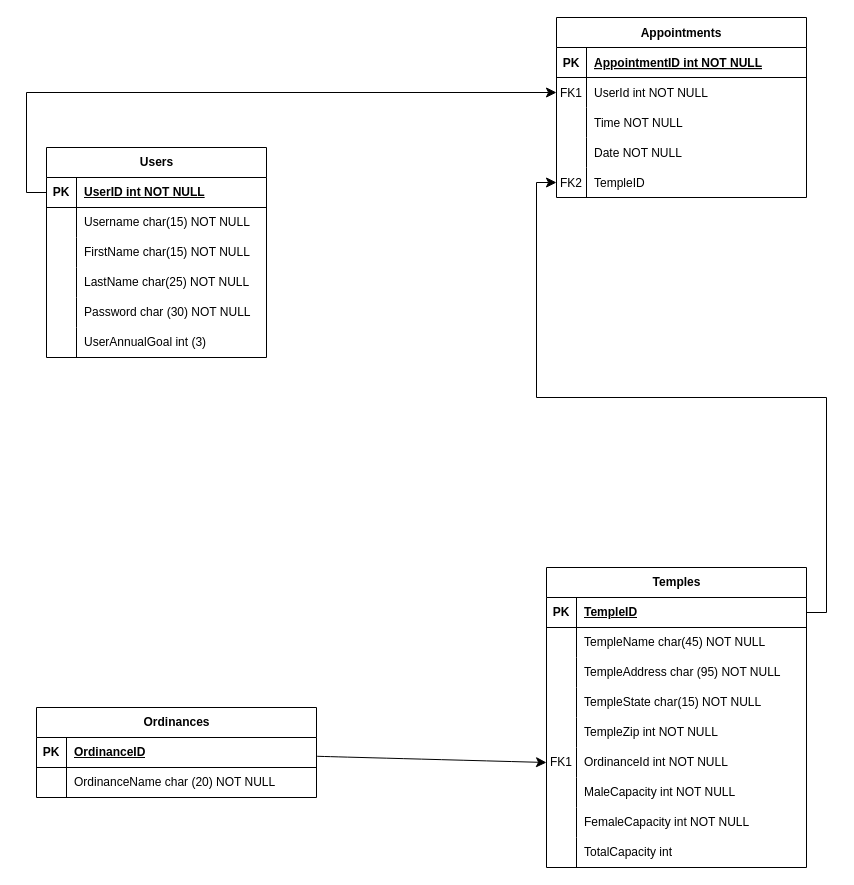
randengrims/401TempleApp keeps this draw.io diagram as 401TempleERD.drawio. Above is the earlier version. Source tidied: cells renumbered, new cells numbered last; positions are measured from the earlier drawing's top-left corner, leaving out a move shared by most shapes. Both pictures are drawn from the tidied source at 100%, with x=0, y=0 at pixel (36, 17).
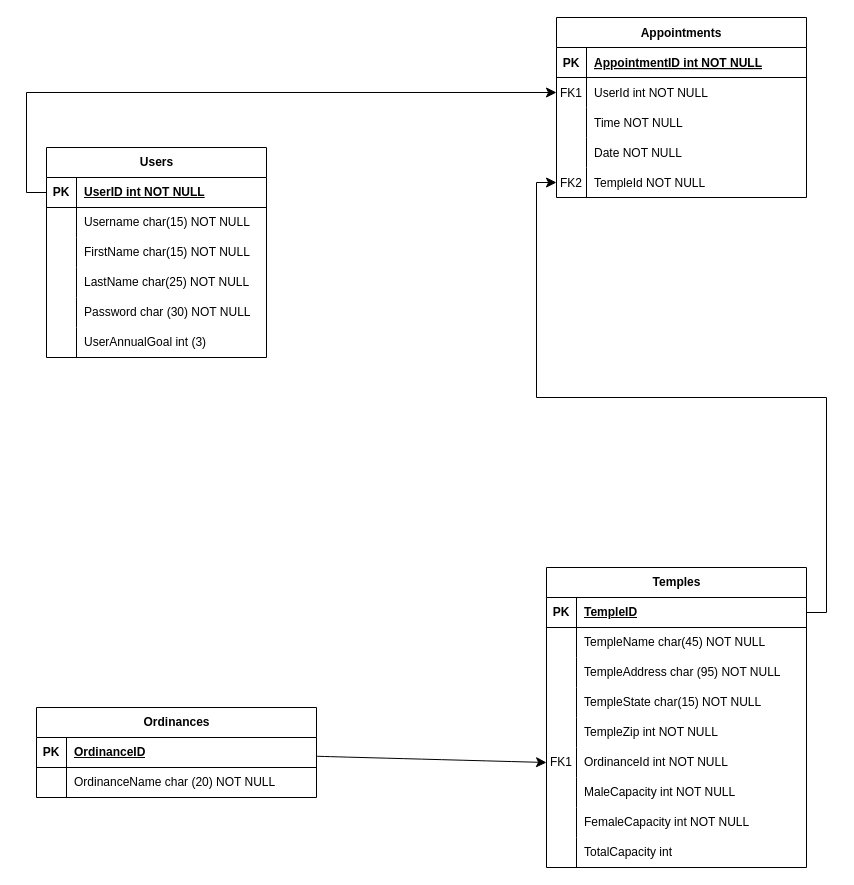
The same diagram, later.

Unchanged cells that the change refers to:
```xml
<mxCell id="15" style="shape=partialRectangle;fillColor=none;points=[[0,0.5],[1,0.5]];portConstraint=eastwest;top=0;left=0;right=0;bottom=0;" parent="2" vertex="1">
  <mxGeometry y="150" width="250" height="30" as="geometry" />
</mxCell>
```

Change to the diagram source:
```diff
@@
-    <mxCell id="17" value="TempleID" style="shape=partialRectangle;overflow=hidden;fillColor=none;top=0;left=0;bottom=0;right=0;align=left;spacingLeft=6;" parent="15" vertex="1">
+    <mxCell id="17" value="TempleId NOT NULL" style="shape=partialRectangle;overflow=hidden;fillColor=none;top=0;left=0;bottom=0;right=0;align=left;spacingLeft=6;" parent="15" vertex="1">
       <mxGeometry x="30" width="220" height="30" as="geometry" />
     </mxCell>
```
